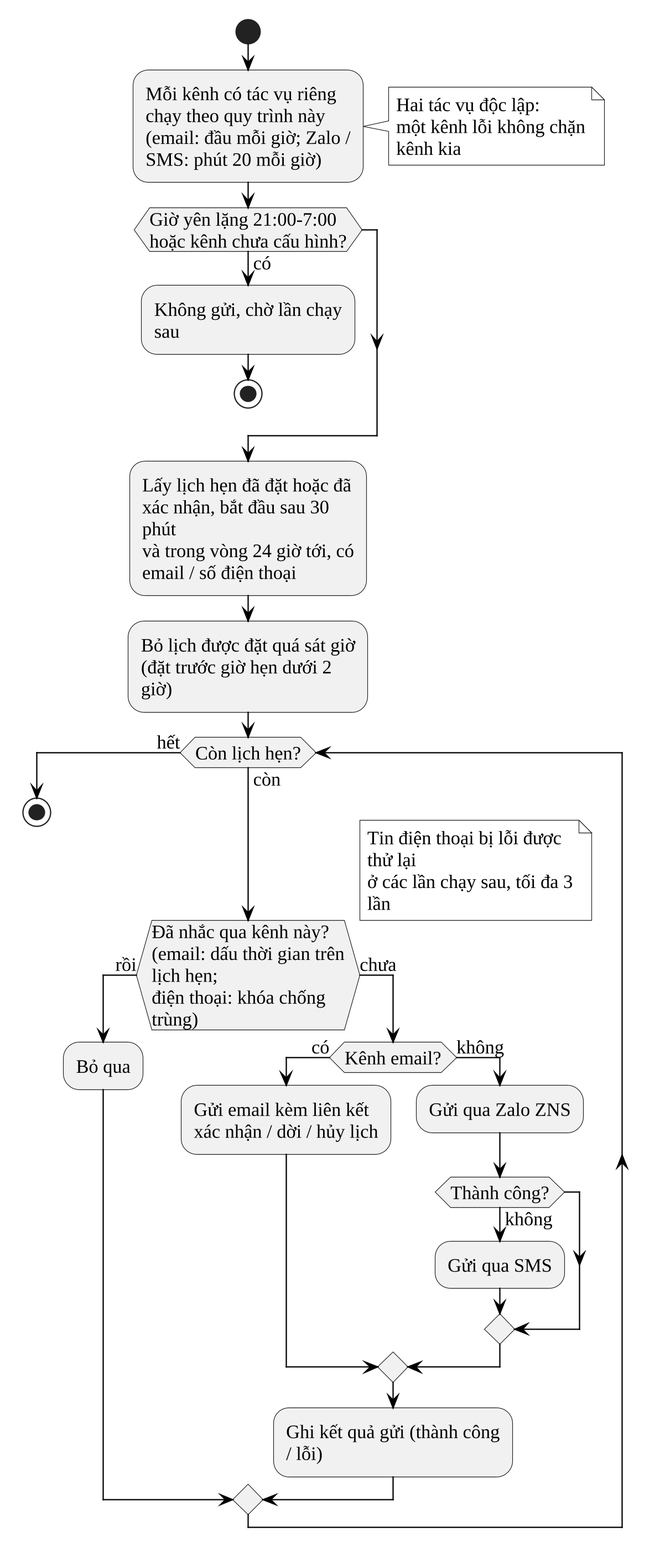
Earlier version of the PlantUML export docs/10_Thesis/bao-cao/hinh/3-21-hoat-dong-nhac-lich.png (Trantuan0310/dental-clinic-nestjs-react).
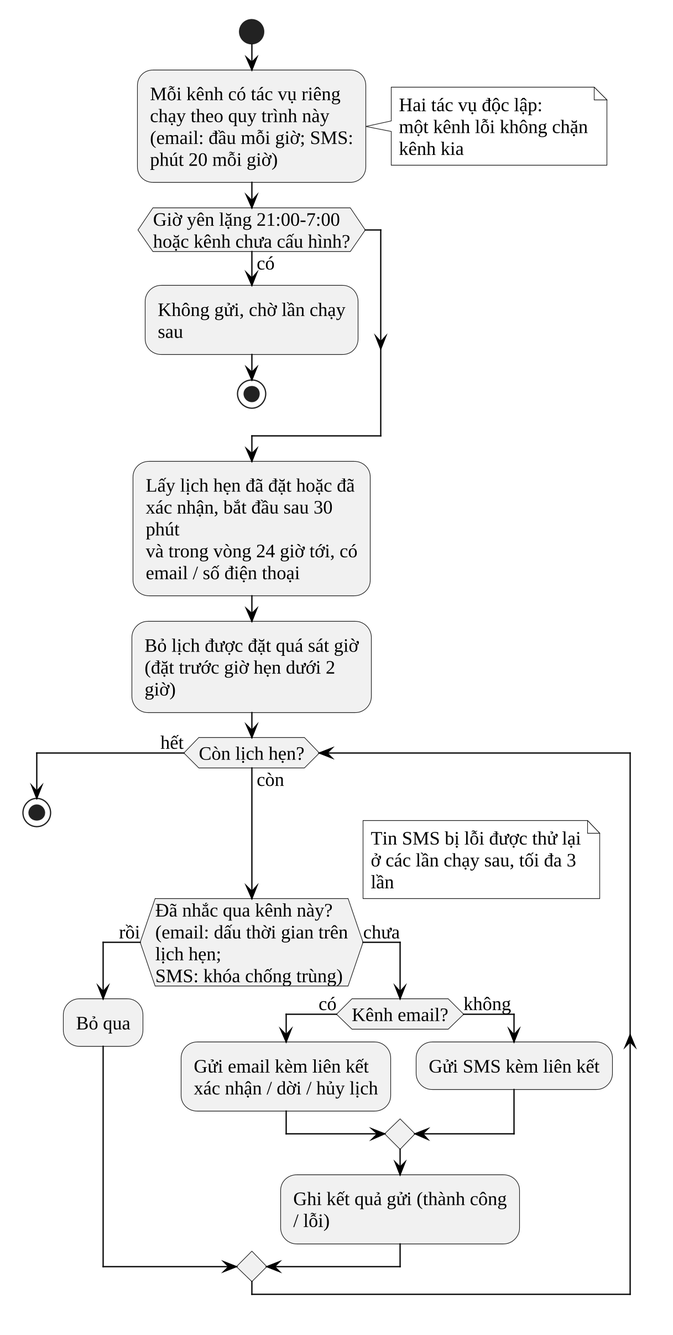
The same file after the commit.

Diff of the diagram source:
```diff
@@ -1,7 +1,7 @@
 @startuml
 !include _kieu.iuml
 start
-:Mỗi kênh có tác vụ riêng chạy theo quy trình này\n(email: đầu mỗi giờ; Zalo / SMS: phút 20 mỗi giờ);
+:Mỗi kênh có tác vụ riêng chạy theo quy trình này\n(email: đầu mỗi giờ; SMS: phút 20 mỗi giờ);
 note right
   Hai tác vụ độc lập:
   một kênh lỗi không chặn kênh kia
@@ -13,22 +13,19 @@
 :Lấy lịch hẹn đã đặt hoặc đã xác nhận, bắt đầu sau 30 phút\nvà trong vòng 24 giờ tới, có email / số điện thoại;
 :Bỏ lịch được đặt quá sát giờ\n(đặt trước giờ hẹn dưới 2 giờ);
 while (Còn lịch hẹn?) is (còn)
-  if (Đã nhắc qua kênh này?\n(email: dấu thời gian trên lịch hẹn;\nđiện thoại: khóa chống trùng)) then (rồi)
+  if (Đã nhắc qua kênh này?\n(email: dấu thời gian trên lịch hẹn;\nSMS: khóa chống trùng)) then (rồi)
     :Bỏ qua;
   else (chưa)
     if (Kênh email?) then (có)
       :Gửi email kèm liên kết\nxác nhận / dời / hủy lịch;
     else (không)
-      :Gửi qua Zalo ZNS;
-      if (Thành công?) then (không)
-        :Gửi qua SMS;
-      endif
+      :Gửi SMS kèm liên kết;
     endif
     :Ghi kết quả gửi (thành công / lỗi);
   endif
 endwhile (hết)
 note right
-  Tin điện thoại bị lỗi được thử lại
+  Tin SMS bị lỗi được thử lại
   ở các lần chạy sau, tối đa 3 lần
 end note
 stop
```
